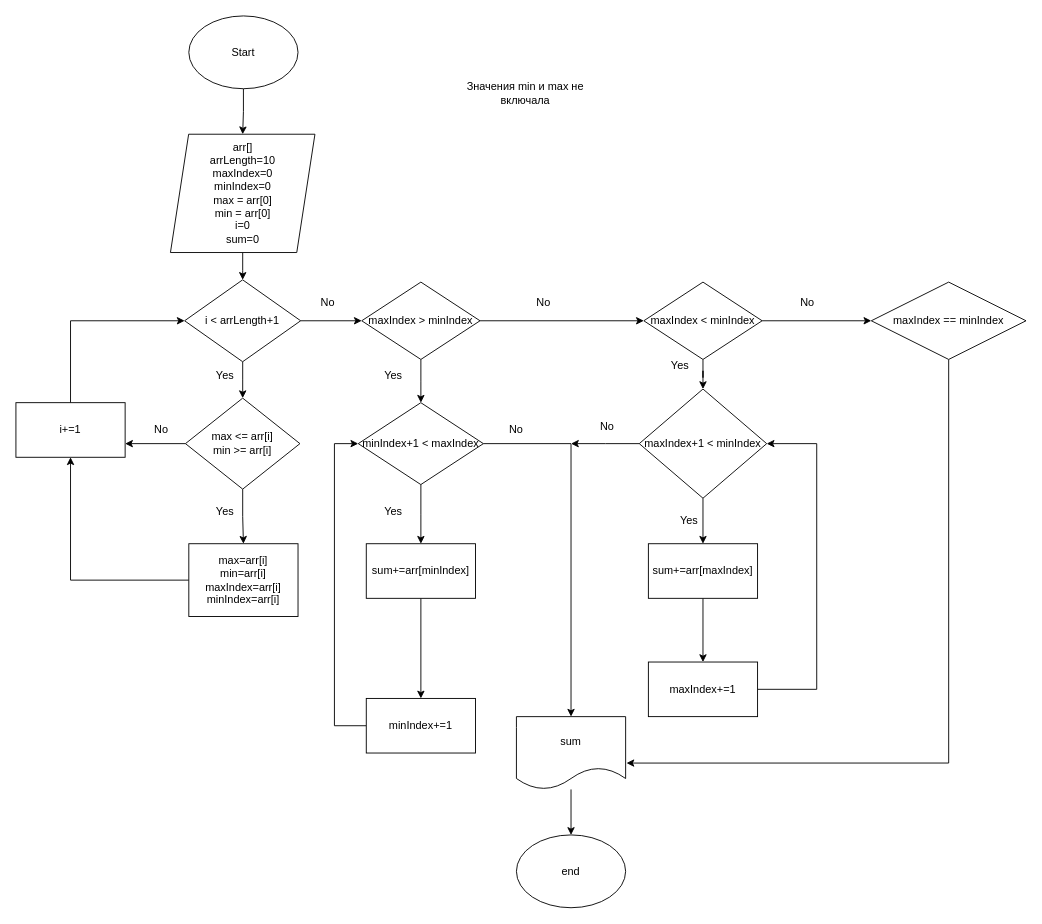
This is page "sum between" (2 of 3) of sum between max and min.drawio from Dioneer/Flowcharts, a draw.io file, before an edit. Source tidied: cells renumbered, new cells numbered last; positions are measured from the earlier drawing's top-left corner, leaving out a move shared by most shapes. Both pictures are drawn from the tidied source at 91%, with x=0, y=0 at pixel (15, 15).
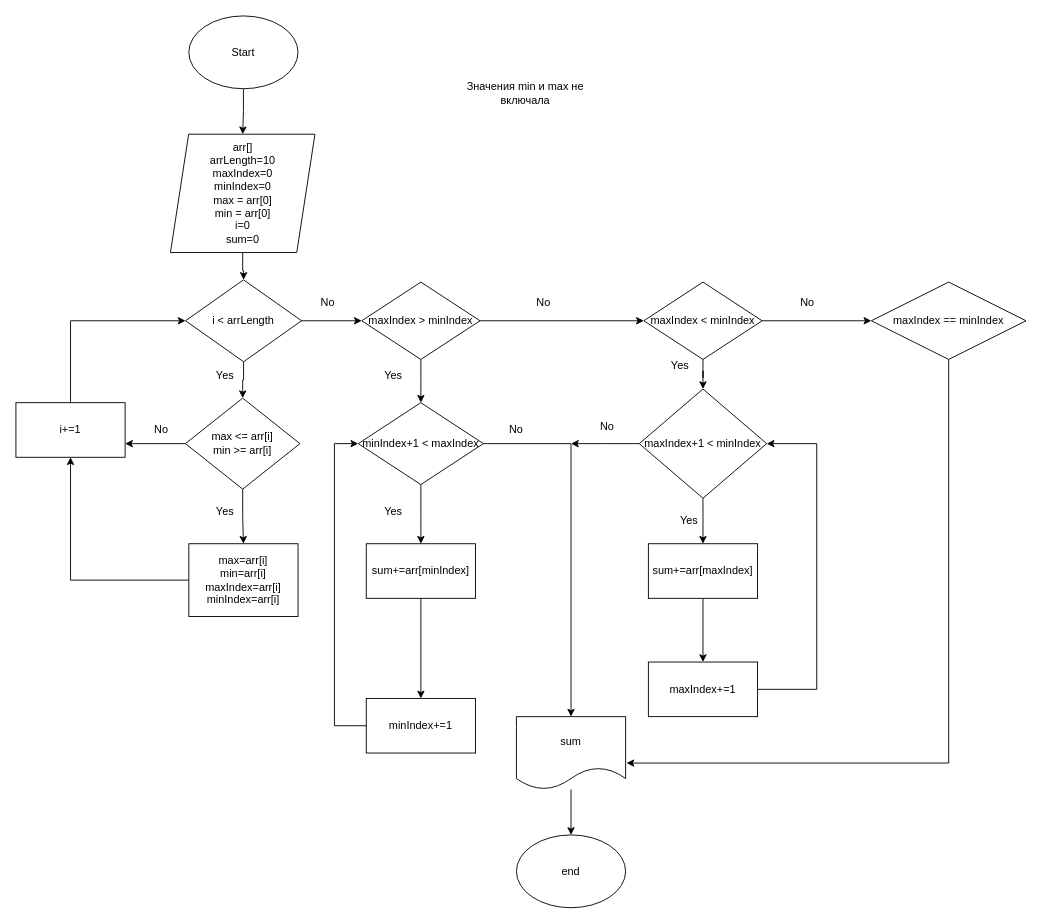
The same page after the edit.

The edit, as a diff of the source:
```diff
@@
-    <mxCell id="9" value="i &amp;lt; arrLength+1" style="rhombus;whiteSpace=wrap;html=1;" parent="1" vertex="1">
-      <mxGeometry x="185.4" y="290" width="127.5" height="90" as="geometry" />
+    <mxCell id="9" value="i &amp;lt; arrLength" style="rhombus;whiteSpace=wrap;html=1;" parent="1" vertex="1">
+      <mxGeometry x="186.4" y="290" width="127.5" height="90" as="geometry" />
     </mxCell>
```
